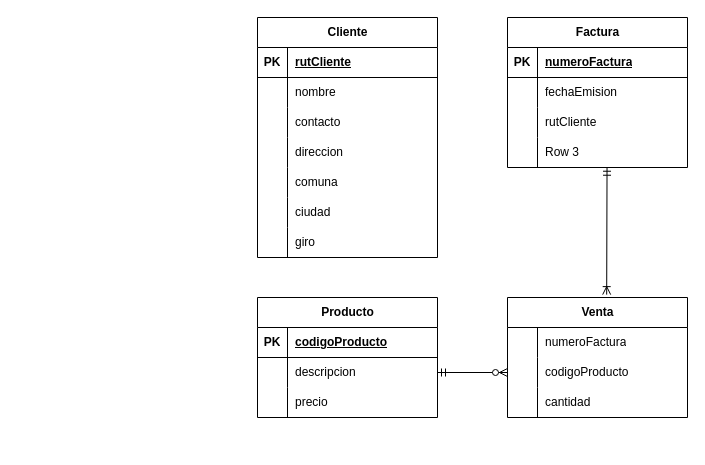
Earlier version of the draw.io diagram Diagrama sin título.drawio (C-bastian-compila/diagrams.net). Source tidied: cells renumbered, new cells numbered last; positions are measured from the earlier drawing's top-left corner, leaving out a move shared by most shapes. Both pictures are drawn from the tidied source at 100%, with x=0, y=0 at pixel (257, 17).
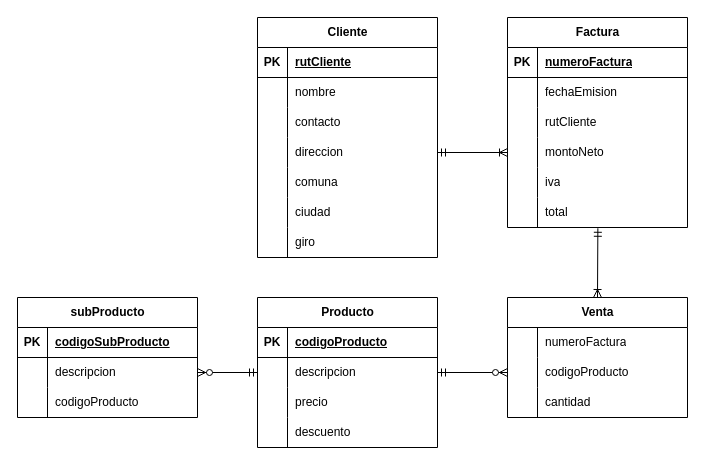
Above is the later version.

The change refers to these unchanged cells:
```xml
<mxCell id="2" value="Venta" style="shape=table;startSize=30;childLayout=tableLayout;rowLines=0;fontStyle=1;align=center;html=1;" parent="1" vertex="1">
  <mxGeometry x="250" y="280" width="180" height="120" as="geometry" />
</mxCell>
<mxCell id="22" style="shape=tableRow;horizontal=0;startSize=0;swimlaneHead=0;swimlaneBody=0;fillColor=none;points=[[0,0.5],[1,0.5]];portConstraint=eastwest;top=0;left=0;right=0;bottom=0;" parent="12" vertex="1">
  <mxGeometry y="120" width="180" height="30" as="geometry" />
</mxCell>
<mxCell id="35" style="shape=tableRow;horizontal=0;startSize=0;swimlaneHead=0;swimlaneBody=0;fillColor=none;points=[[0,0.5],[1,0.5]];portConstraint=eastwest;top=0;left=0;right=0;bottom=0;" parent="25" vertex="1">
  <mxGeometry y="120" width="180" height="30" as="geometry" />
</mxCell>
<mxCell id="51" style="shape=tableRow;horizontal=0;startSize=0;swimlaneHead=0;swimlaneBody=0;fillColor=none;points=[[0,0.5],[1,0.5]];portConstraint=eastwest;top=0;left=0;right=0;bottom=0;" parent="47" vertex="1">
  <mxGeometry y="60" width="180" height="30" as="geometry" />
</mxCell>
```

What changed in the source:
```diff
@@
     <mxCell id="12" value="Factura" style="shape=table;startSize=30;childLayout=tableLayout;rowLines=0;fontStyle=1;align=center;html=1;" parent="1" vertex="1">
-      <mxGeometry x="250" width="180" height="150" as="geometry" />
+      <mxGeometry x="250" width="180" height="210" as="geometry" />
     </mxCell>
@@
-    <mxCell id="24" value="Row 3" style="shape=partialRectangle;fillColor=none;top=0;left=0;bottom=0;right=0;align=left;spacingLeft=6;overflow=hidden;whiteSpace=wrap;html=1;" parent="22" vertex="1">
+    <mxCell id="24" value="montoNeto" style="shape=partialRectangle;fillColor=none;top=0;left=0;bottom=0;right=0;align=left;spacingLeft=6;overflow=hidden;whiteSpace=wrap;html=1;" parent="22" vertex="1">
       <mxGeometry x="30" width="150" height="30" as="geometry" />
     </mxCell>
+    <mxCell id="59" style="shape=tableRow;horizontal=0;startSize=0;swimlaneHead=0;swimlaneBody=0;fillColor=none;top=0;left=0;right=0;bottom=0;" parent="12" vertex="1">
+      <mxGeometry y="150" width="180" height="30" as="geometry" />
+    </mxCell>
+    <mxCell id="60" style="shape=partialRectangle;fillColor=none;top=0;left=0;bottom=0;right=0;overflow=hidden;whiteSpace=wrap;html=1;" parent="59" vertex="1">
+      <mxGeometry width="30" height="30" as="geometry" />
+    </mxCell>
+    <mxCell id="61" value="iva" style="shape=partialRectangle;fillColor=none;top=0;left=0;bottom=0;right=0;align=left;spacingLeft=6;overflow=hidden;whiteSpace=wrap;html=1;" parent="59" vertex="1">
+      <mxGeometry x="30" width="150" height="30" as="geometry" />
+    </mxCell>
+    <mxCell id="62" style="shape=tableRow;horizontal=0;startSize=0;swimlaneHead=0;swimlaneBody=0;fillColor=none;points=[[0,0.5],[1,0.5]];portConstraint=eastwest;top=0;left=0;right=0;bottom=0;" parent="12" vertex="1">
+      <mxGeometry y="180" width="180" height="30" as="geometry" />
+    </mxCell>
+    <mxCell id="63" style="shape=partialRectangle;fillColor=none;top=0;left=0;bottom=0;right=0;overflow=hidden;whiteSpace=wrap;html=1;" parent="62" vertex="1">
+      <mxGeometry width="30" height="30" as="geometry" />
+    </mxCell>
+    <mxCell id="64" value="total" style="shape=partialRectangle;fillColor=none;top=0;left=0;bottom=0;right=0;align=left;spacingLeft=6;overflow=hidden;whiteSpace=wrap;html=1;" parent="62" vertex="1">
+      <mxGeometry x="30" width="150" height="30" as="geometry" />
+    </mxCell>
@@
     <mxCell id="47" value="Producto" style="shape=table;startSize=30;childLayout=tableLayout;rowLines=0;fontStyle=1;align=center;html=1;" parent="1" vertex="1">
-      <mxGeometry y="280" width="180" height="120" as="geometry" />
+      <mxGeometry y="280" width="180" height="150" as="geometry" />
     </mxCell>
@@
+    <mxCell id="65" style="shape=tableRow;horizontal=0;startSize=0;swimlaneHead=0;swimlaneBody=0;fillColor=none;top=0;left=0;right=0;bottom=0;" parent="47" vertex="1">
+      <mxGeometry y="120" width="180" height="30" as="geometry" />
+    </mxCell>
+    <mxCell id="66" style="shape=partialRectangle;fillColor=none;top=0;left=0;bottom=0;right=0;overflow=hidden;whiteSpace=wrap;html=1;" parent="65" vertex="1">
+      <mxGeometry width="30" height="30" as="geometry" />
+    </mxCell>
+    <mxCell id="67" value="descuento" style="shape=partialRectangle;fillColor=none;top=0;left=0;bottom=0;right=0;align=left;spacingLeft=6;overflow=hidden;whiteSpace=wrap;html=1;" parent="65" vertex="1">
+      <mxGeometry x="30" width="150" height="30" as="geometry" />
+    </mxCell>
@@
-    <mxCell id="58" style="fontSize=12;html=1;endArrow=ERoneToMany;startArrow=ERmandOne;rounded=0;entryX=0.551;entryY=-0.024;entryDx=0;entryDy=0;entryPerimeter=0;exitX=0.553;exitY=0.991;exitDx=0;exitDy=0;exitPerimeter=0;" parent="1" edge="1" source="22" target="2">
+    <mxCell id="58" style="fontSize=12;html=1;endArrow=ERoneToMany;startArrow=ERmandOne;rounded=0;entryX=0.5;entryY=0;entryDx=0;entryDy=0;exitX=0.502;exitY=1.026;exitDx=0;exitDy=0;exitPerimeter=0;" parent="1" edge="1" source="62" target="2">
       <mxGeometry relative="1" as="geometry" />
     </mxCell>
+    <mxCell id="68" value="subProducto" style="shape=table;startSize=30;childLayout=tableLayout;rowLines=0;fontStyle=1;align=center;html=1;" parent="1" vertex="1">
+      <mxGeometry x="-240" y="280" width="180" height="120" as="geometry" />
+    </mxCell>
+    <mxCell id="69" style="shape=tableRow;horizontal=0;startSize=0;swimlaneHead=0;swimlaneBody=0;fillColor=none;top=0;left=0;right=0;bottom=1;" parent="68" vertex="1">
+      <mxGeometry y="30" width="180" height="30" as="geometry" />
+    </mxCell>
+    <mxCell id="70" value="PK" style="shape=partialRectangle;fillColor=none;top=0;left=0;bottom=0;right=0;fontStyle=1;overflow=hidden;whiteSpace=wrap;html=1;" parent="69" vertex="1">
+      <mxGeometry width="30" height="30" as="geometry" />
+    </mxCell>
+    <mxCell id="71" value="codigoSubProducto" style="shape=partialRectangle;fillColor=none;top=0;left=0;bottom=0;right=0;align=left;spacingLeft=6;fontStyle=5;overflow=hidden;whiteSpace=wrap;html=1;" parent="69" vertex="1">
+      <mxGeometry x="30" width="150" height="30" as="geometry" />
+    </mxCell>
+    <mxCell id="72" style="shape=tableRow;horizontal=0;startSize=0;swimlaneHead=0;swimlaneBody=0;fillColor=none;points=[[0,0.5],[1,0.5]];portConstraint=eastwest;top=0;left=0;right=0;bottom=0;" parent="68" vertex="1">
+      <mxGeometry y="60" width="180" height="30" as="geometry" />
+    </mxCell>
+    <mxCell id="73" style="shape=partialRectangle;fillColor=none;top=0;left=0;bottom=0;right=0;overflow=hidden;whiteSpace=wrap;html=1;" parent="72" vertex="1">
+      <mxGeometry width="30" height="30" as="geometry" />
+    </mxCell>
+    <mxCell id="74" value="descripcion" style="shape=partialRectangle;fillColor=none;top=0;left=0;bottom=0;right=0;align=left;spacingLeft=6;overflow=hidden;whiteSpace=wrap;html=1;" parent="72" vertex="1">
+      <mxGeometry x="30" width="150" height="30" as="geometry" />
+    </mxCell>
+    <mxCell id="75" style="shape=tableRow;horizontal=0;startSize=0;swimlaneHead=0;swimlaneBody=0;fillColor=none;top=0;left=0;right=0;bottom=0;" parent="68" vertex="1">
+      <mxGeometry y="90" width="180" height="30" as="geometry" />
+    </mxCell>
+    <mxCell id="76" style="shape=partialRectangle;fillColor=none;top=0;left=0;bottom=0;right=0;overflow=hidden;whiteSpace=wrap;html=1;" parent="75" vertex="1">
+      <mxGeometry width="30" height="30" as="geometry" />
+    </mxCell>
+    <mxCell id="77" value="codigoProducto" style="shape=partialRectangle;fillColor=none;top=0;left=0;bottom=0;right=0;align=left;spacingLeft=6;overflow=hidden;whiteSpace=wrap;html=1;" parent="75" vertex="1">
+      <mxGeometry x="30" width="150" height="30" as="geometry" />
+    </mxCell>
+    <mxCell id="78" style="fontSize=12;html=1;endArrow=ERzeroToMany;startArrow=ERmandOne;rounded=0;entryX=1;entryY=0.5;entryDx=0;entryDy=0;exitX=0;exitY=0.5;exitDx=0;exitDy=0;" parent="1" edge="1" source="51" target="72">
+      <mxGeometry relative="1" as="geometry" />
+    </mxCell>
+    <mxCell id="79" style="fontSize=12;html=1;endArrow=ERoneToMany;startArrow=ERmandOne;rounded=0;exitX=1;exitY=0.5;exitDx=0;exitDy=0;entryX=0;entryY=0.5;entryDx=0;entryDy=0;" parent="1" edge="1" source="35" target="22">
+      <mxGeometry relative="1" as="geometry" />
+    </mxCell>
```
